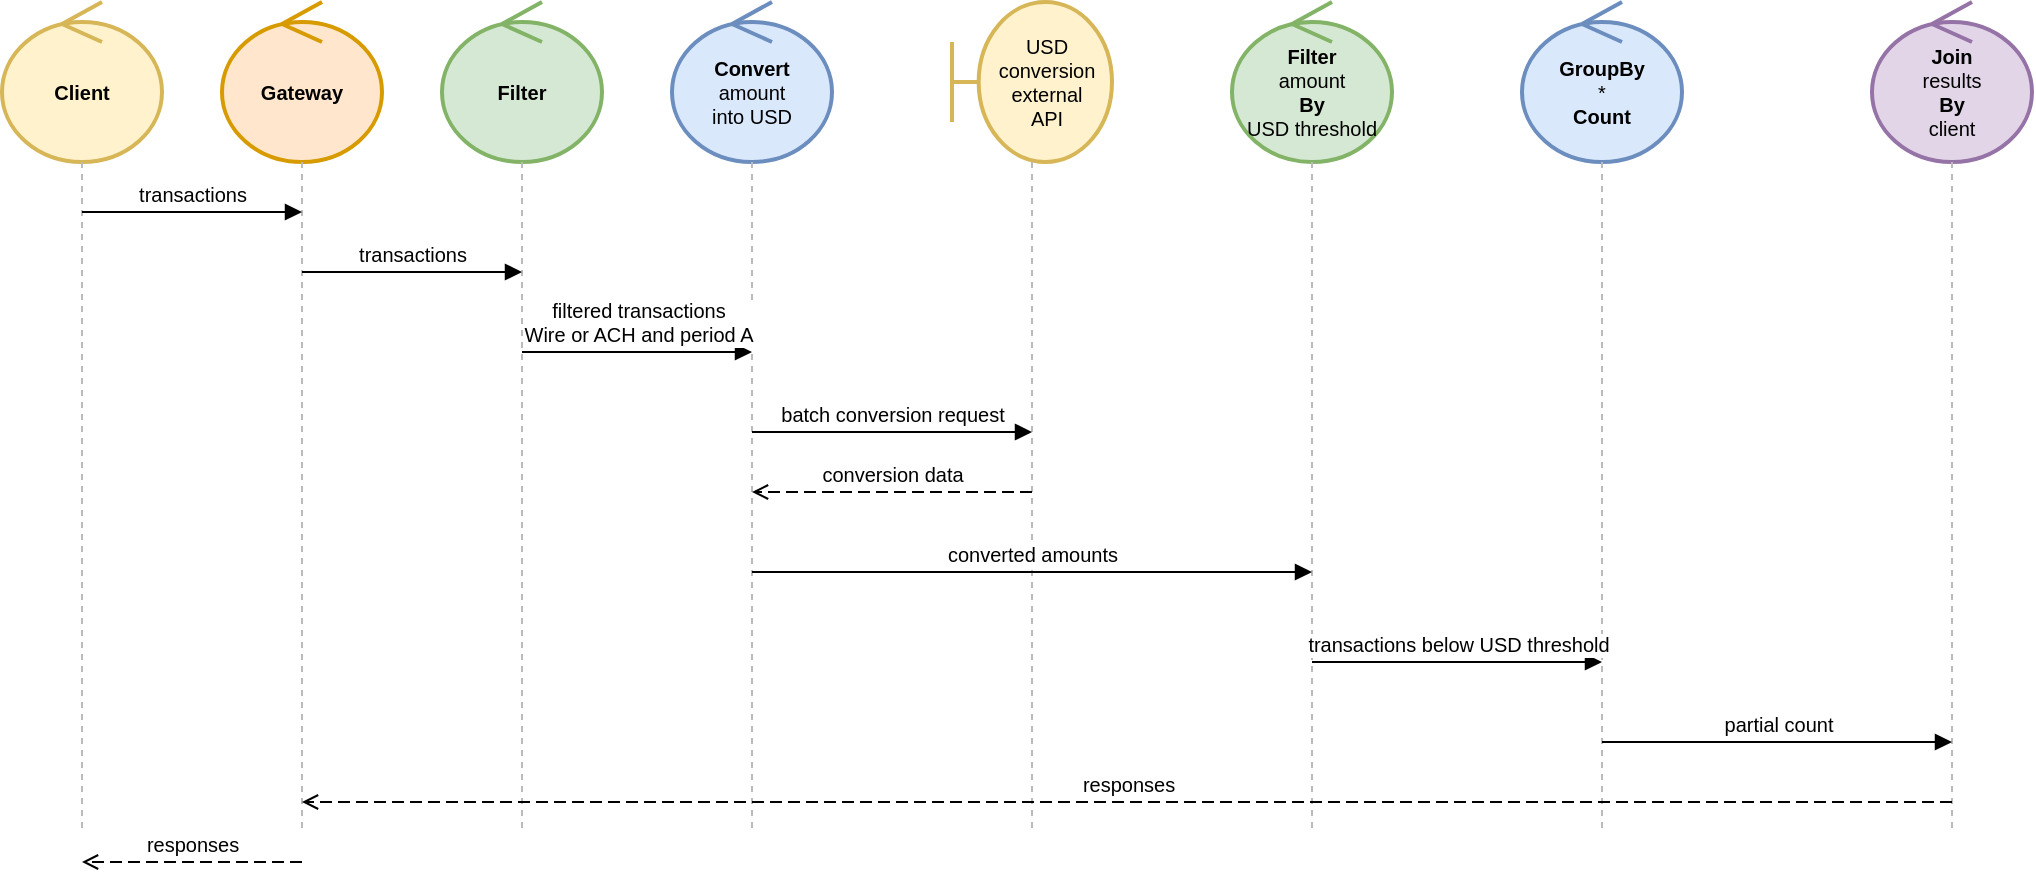
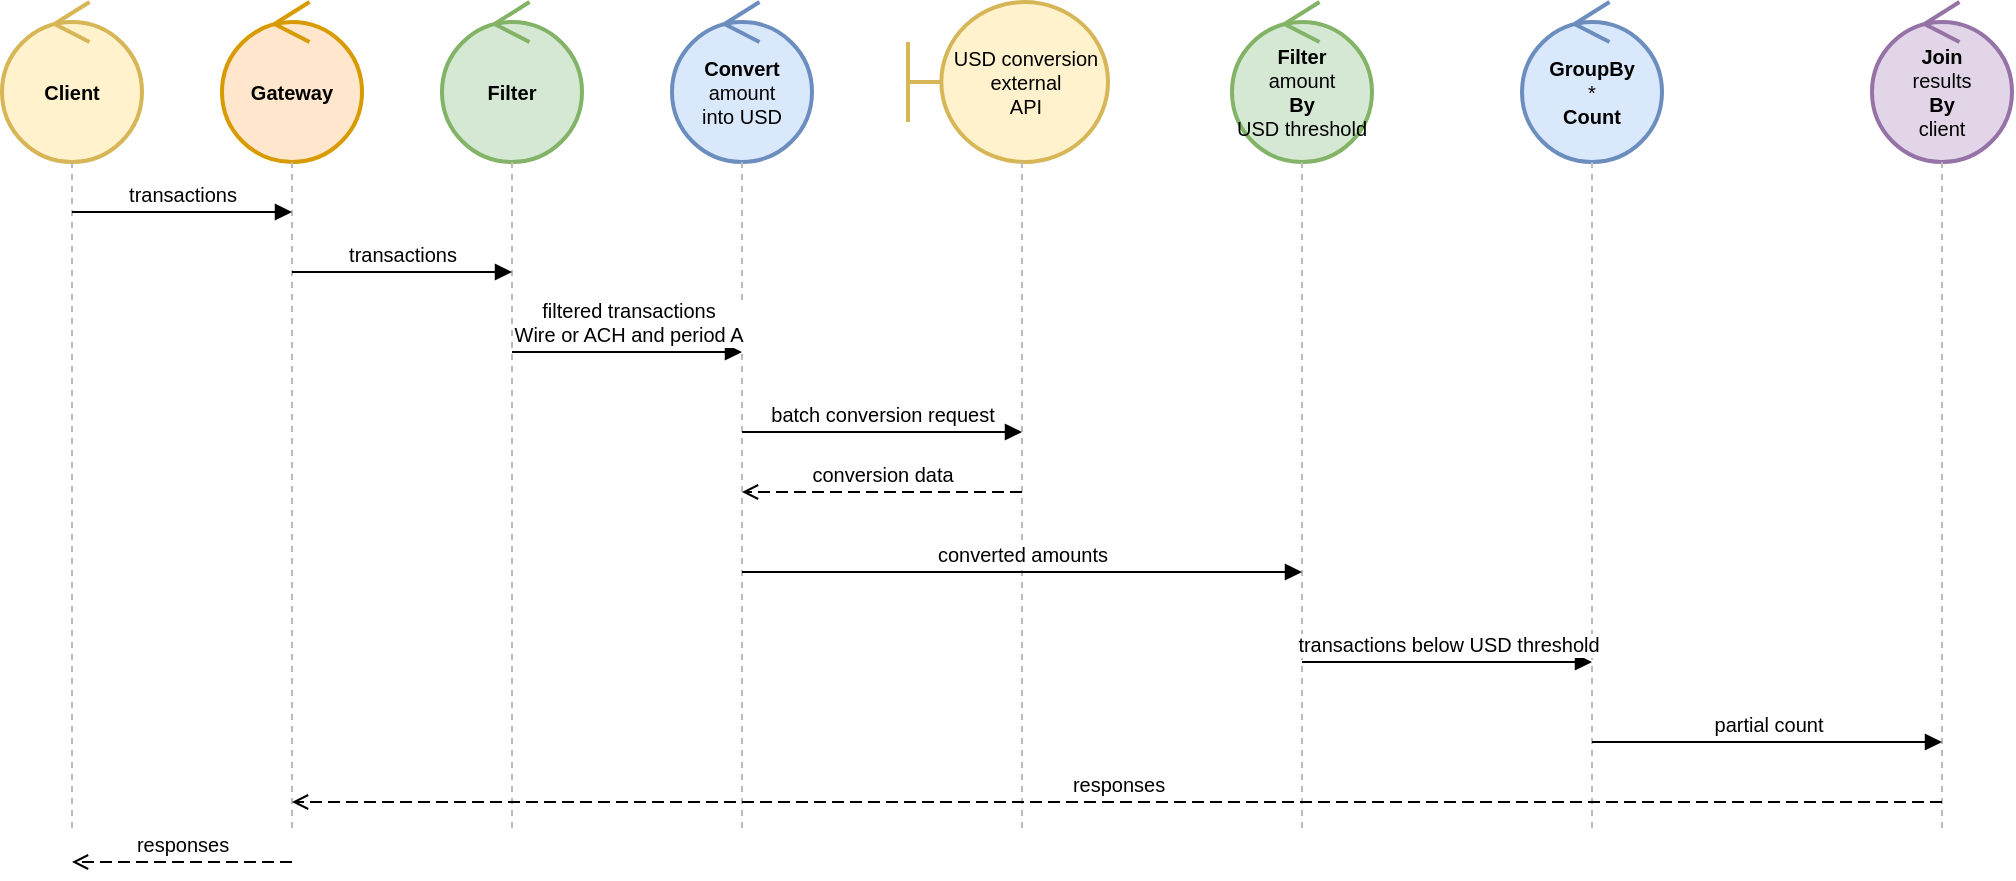
- <mxfile host="Electron">
+ <mxfile host="Electron" agent="Mozilla/5.0 (X11; Linux x86_64) AppleWebKit/537.36 (KHTML, like Gecko) draw.io/29.6.1 Chrome/142.0.7444.265 Electron/39.5.2 Safari/537.36" version="29.6.1">
  <diagram id="uc5-sequence" name="UC5">
-     <mxGraphModel dx="1651" dy="782" grid="1" gridSize="10" guides="1" tooltips="1" connect="1" arrows="1" fold="1" page="1" pageScale="1" pageWidth="1200" pageHeight="520" math="0" shadow="0">
+     <mxGraphModel dx="1033" dy="704" grid="1" gridSize="10" guides="1" tooltips="1" connect="1" arrows="1" fold="1" page="1" pageScale="1" pageWidth="1200" pageHeight="520" math="0" shadow="0">
      <root>
        <mxCell id="0" />
        <mxCell id="1" parent="0" />
- 
        <mxCell id="p1" parent="1" style="ellipse;shape=umlControl;whiteSpace=wrap;html=1;strokeWidth=2;fillColor=#fff2cc;strokeColor=#d6b656;fontSize=10;" value="&lt;b&gt;Client&lt;/b&gt;" vertex="1">
-           <mxGeometry height="80" width="80" x="30" y="15" as="geometry" />
+           <mxGeometry height="80" width="70" x="35" y="15" as="geometry" />
        </mxCell>
- 
        <mxCell id="p2" parent="1" style="ellipse;shape=umlControl;whiteSpace=wrap;html=1;strokeWidth=2;fillColor=#ffe6cc;strokeColor=#d79b00;fontSize=10;" value="&lt;b&gt;Gateway&lt;/b&gt;" vertex="1">
-           <mxGeometry height="80" width="80" x="140" y="15" as="geometry" />
+           <mxGeometry height="80" width="70" x="145" y="15" as="geometry" />
        </mxCell>
- 
        <mxCell id="p3" parent="1" style="ellipse;shape=umlControl;whiteSpace=wrap;html=1;strokeWidth=2;fillColor=#d5e8d4;strokeColor=#82b366;fontSize=10;" value="&lt;b&gt;Filter&lt;/b&gt;" vertex="1">
-           <mxGeometry height="80" width="80" x="250" y="15" as="geometry" />
+           <mxGeometry height="80" width="70" x="255" y="15" as="geometry" />
        </mxCell>
- 
        <mxCell id="p4" parent="1" style="ellipse;shape=umlControl;whiteSpace=wrap;html=1;strokeWidth=2;fillColor=#dae8fc;strokeColor=#6c8ebf;fontSize=10;" value="&lt;b&gt;Convert&lt;/b&gt;&lt;div&gt;amount&lt;/div&gt;&lt;div&gt;into USD&lt;/div&gt;" vertex="1">
-           <mxGeometry height="80" width="80" x="365" y="15" as="geometry" />
+           <mxGeometry height="80" width="70" x="370" y="15" as="geometry" />
        </mxCell>
- 
        <mxCell id="p5" parent="1" style="shape=umlBoundary;whiteSpace=wrap;html=1;strokeWidth=2;fillColor=#fff2cc;strokeColor=#d6b656;fontSize=10;" value="USD conversion&lt;div&gt;external&lt;/div&gt;&lt;div&gt;API&lt;/div&gt;" vertex="1">
-           <mxGeometry height="80" width="80" x="505" y="15" as="geometry" />
+           <mxGeometry height="80" width="100" x="488" y="15" as="geometry" />
        </mxCell>
- 
        <mxCell id="p6" parent="1" style="ellipse;shape=umlControl;whiteSpace=wrap;html=1;strokeWidth=2;fillColor=#d5e8d4;strokeColor=#82b366;fontSize=10;" value="&lt;b&gt;Filter&lt;/b&gt;&lt;div&gt;amount&lt;/div&gt;&lt;div&gt;&lt;b&gt;By&lt;/b&gt;&lt;/div&gt;&lt;div&gt;USD threshold&lt;/div&gt;" vertex="1">
-           <mxGeometry height="80" width="80" x="645" y="15" as="geometry" />
+           <mxGeometry height="80" width="70" x="650" y="15" as="geometry" />
        </mxCell>
- 
        <mxCell id="p7" parent="1" style="ellipse;shape=umlControl;whiteSpace=wrap;html=1;strokeWidth=2;fillColor=#dae8fc;strokeColor=#6c8ebf;fontSize=10;" value="&lt;b&gt;GroupBy&lt;/b&gt;&lt;div&gt;*&lt;/div&gt;&lt;div&gt;&lt;b&gt;Count&lt;/b&gt;&lt;/div&gt;" vertex="1">
-           <mxGeometry height="80" width="80" x="790" y="15" as="geometry" />
+           <mxGeometry height="80" width="70" x="795" y="15" as="geometry" />
        </mxCell>
- 
        <mxCell id="p8" parent="1" style="ellipse;shape=umlControl;whiteSpace=wrap;html=1;strokeWidth=2;fillColor=#e1d5e7;strokeColor=#9673a6;fontSize=10;" value="&lt;b&gt;Join&lt;/b&gt;&lt;div&gt;results&lt;/div&gt;&lt;div&gt;&lt;b&gt;By&lt;/b&gt;&lt;/div&gt;&lt;div&gt;client&lt;/div&gt;" vertex="1">
-           <mxGeometry height="80" width="80" x="965" y="15" as="geometry" />
+           <mxGeometry height="80" width="70" x="970" y="15" as="geometry" />
        </mxCell>
- 
        <mxCell id="l1" edge="1" parent="1" style="endArrow=none;html=1;dashed=1;strokeColor=#BBBBBB;strokeWidth=1;">
          <mxGeometry relative="1" as="geometry">
            <mxPoint x="70" y="95" as="sourcePoint" />
            <mxPoint x="70" y="430" as="targetPoint" />
          </mxGeometry>
        </mxCell>
- 
        <mxCell id="l2" edge="1" parent="1" style="endArrow=none;html=1;dashed=1;strokeColor=#BBBBBB;strokeWidth=1;">
          <mxGeometry relative="1" as="geometry">
            <mxPoint x="180" y="95" as="sourcePoint" />
            <mxPoint x="180" y="430" as="targetPoint" />
          </mxGeometry>
        </mxCell>
- 
        <mxCell id="l3" edge="1" parent="1" style="endArrow=none;html=1;dashed=1;strokeColor=#BBBBBB;strokeWidth=1;">
          <mxGeometry relative="1" as="geometry">
            <mxPoint x="290" y="95" as="sourcePoint" />
            <mxPoint x="290" y="430" as="targetPoint" />
          </mxGeometry>
        </mxCell>
- 
        <mxCell id="l4" edge="1" parent="1" style="endArrow=none;html=1;dashed=1;strokeColor=#BBBBBB;strokeWidth=1;">
          <mxGeometry relative="1" as="geometry">
            <mxPoint x="405" y="95" as="sourcePoint" />
            <mxPoint x="405" y="430" as="targetPoint" />
          </mxGeometry>
        </mxCell>
- 
        <mxCell id="l5" edge="1" parent="1" style="endArrow=none;html=1;dashed=1;strokeColor=#BBBBBB;strokeWidth=1;">
          <mxGeometry relative="1" as="geometry">
            <mxPoint x="545" y="95" as="sourcePoint" />
            <mxPoint x="545" y="430" as="targetPoint" />
          </mxGeometry>
        </mxCell>
- 
        <mxCell id="l6" edge="1" parent="1" style="endArrow=none;html=1;dashed=1;strokeColor=#BBBBBB;strokeWidth=1;">
          <mxGeometry relative="1" as="geometry">
            <mxPoint x="685" y="95" as="sourcePoint" />
            <mxPoint x="685" y="430" as="targetPoint" />
          </mxGeometry>
        </mxCell>
- 
        <mxCell id="l7" edge="1" parent="1" style="endArrow=none;html=1;dashed=1;strokeColor=#BBBBBB;strokeWidth=1;">
          <mxGeometry relative="1" as="geometry">
            <mxPoint x="830" y="95" as="sourcePoint" />
            <mxPoint x="830" y="430" as="targetPoint" />
          </mxGeometry>
        </mxCell>
- 
        <mxCell id="l8" edge="1" parent="1" style="endArrow=none;html=1;dashed=1;strokeColor=#BBBBBB;strokeWidth=1;">
          <mxGeometry relative="1" as="geometry">
            <mxPoint x="1005" y="95" as="sourcePoint" />
            <mxPoint x="1005" y="430" as="targetPoint" />
          </mxGeometry>
        </mxCell>
- 
        <mxCell id="m1" edge="1" parent="1" style="endArrow=block;endFill=1;html=1;fontSize=10;verticalAlign=bottom;fontFamily=Helvetica;" value="transactions">
          <mxGeometry relative="1" as="geometry">
            <mxPoint x="70" y="120" as="sourcePoint" />
            <mxPoint x="180" y="120" as="targetPoint" />
          </mxGeometry>
        </mxCell>
- 
        <mxCell id="m2" edge="1" parent="1" style="endArrow=block;endFill=1;html=1;fontSize=10;verticalAlign=bottom;fontFamily=Helvetica;" value="transactions">
          <mxGeometry relative="1" as="geometry">
            <mxPoint x="180" y="150" as="sourcePoint" />
            <mxPoint x="290" y="150" as="targetPoint" />
          </mxGeometry>
        </mxCell>
- 
        <mxCell id="m3" edge="1" parent="1" style="endArrow=block;endFill=1;html=1;fontSize=10;verticalAlign=bottom;fontFamily=Helvetica;" value="filtered transactions&lt;div&gt;Wire or ACH and period A&lt;/div&gt;">
          <mxGeometry relative="1" as="geometry">
            <mxPoint x="290" y="190" as="sourcePoint" />
            <mxPoint x="405" y="190" as="targetPoint" />
          </mxGeometry>
        </mxCell>
- 
        <mxCell id="m4" edge="1" parent="1" style="endArrow=block;endFill=1;html=1;fontSize=10;verticalAlign=bottom;fontFamily=Helvetica;" value="batch conversion request">
          <mxGeometry relative="1" as="geometry">
            <mxPoint x="405" y="230" as="sourcePoint" />
            <mxPoint x="545" y="230" as="targetPoint" />
          </mxGeometry>
        </mxCell>
- 
        <mxCell id="m5" edge="1" parent="1" style="endArrow=open;endFill=0;html=1;fontSize=10;verticalAlign=bottom;fontFamily=Helvetica;dashed=1;dashPattern=6 3;" value="conversion data">
          <mxGeometry relative="1" as="geometry">
            <mxPoint x="545" y="260" as="sourcePoint" />
            <mxPoint x="405" y="260" as="targetPoint" />
          </mxGeometry>
        </mxCell>
- 
        <mxCell id="m6" edge="1" parent="1" style="endArrow=block;endFill=1;html=1;fontSize=10;verticalAlign=bottom;fontFamily=Helvetica;" value="converted amounts">
          <mxGeometry relative="1" as="geometry">
            <mxPoint x="405" y="300" as="sourcePoint" />
            <mxPoint x="685" y="300" as="targetPoint" />
          </mxGeometry>
        </mxCell>
- 
        <mxCell id="m7" edge="1" parent="1" style="endArrow=block;endFill=1;html=1;fontSize=10;verticalAlign=bottom;fontFamily=Helvetica;" value="transactions below USD threshold">
          <mxGeometry relative="1" as="geometry">
            <mxPoint x="685" y="345" as="sourcePoint" />
            <mxPoint x="830" y="345" as="targetPoint" />
          </mxGeometry>
        </mxCell>
- 
        <mxCell id="m8" edge="1" parent="1" style="endArrow=block;endFill=1;html=1;fontSize=10;verticalAlign=bottom;fontFamily=Helvetica;" value="partial count">
          <mxGeometry relative="1" as="geometry">
            <mxPoint x="830" y="385" as="sourcePoint" />
            <mxPoint x="1005" y="385" as="targetPoint" />
          </mxGeometry>
        </mxCell>
- 
        <mxCell id="m9" edge="1" parent="1" style="endArrow=open;endFill=0;html=1;fontSize=10;verticalAlign=bottom;fontFamily=Helvetica;dashed=1;dashPattern=6 3;" value="responses">
          <mxGeometry relative="1" as="geometry">
            <mxPoint x="1005" y="415" as="sourcePoint" />
            <mxPoint x="180" y="415" as="targetPoint" />
          </mxGeometry>
        </mxCell>
- 
        <mxCell id="m10" edge="1" parent="1" style="endArrow=open;endFill=0;html=1;fontSize=10;verticalAlign=bottom;fontFamily=Helvetica;dashed=1;dashPattern=6 3;" value="responses">
          <mxGeometry relative="1" as="geometry">
            <mxPoint x="180" y="445" as="sourcePoint" />
            <mxPoint x="70" y="445" as="targetPoint" />
          </mxGeometry>
        </mxCell>
- 
      </root>
    </mxGraphModel>
  </diagram>
- </mxfile>+ </mxfile>
